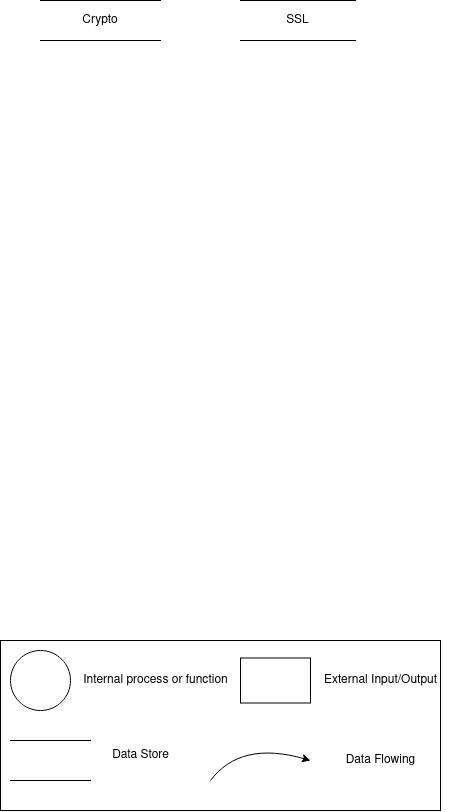
The draw.io diagram dataflow.png in rodriguezjason807/images, before a commit. Source tidied: cells renumbered, new cells last; positions are measured from the earlier drawing's top-left corner, leaving out a move shared by most shapes. Source of this version:
```xml
<mxGraphModel>
  <root>
    <mxCell id="0" />
    <mxCell id="1" parent="0" />
    <mxCell id="2" style="rounded=0;whiteSpace=wrap;html=1;" parent="1" vertex="1">
      <mxGeometry y="640" width="440" height="170" as="geometry" />
    </mxCell>
    <mxCell id="3" style="ellipse;whiteSpace=wrap;html=1;" parent="1" vertex="1">
      <mxGeometry x="10" y="650" width="60" height="60" as="geometry" />
    </mxCell>
    <mxCell id="4" style="shape=partialRectangle;whiteSpace=wrap;html=1;top=0;bottom=0;fillColor=none;rotation=90;" parent="1" vertex="1">
      <mxGeometry x="30" y="720" width="40" height="80" as="geometry" />
    </mxCell>
    <mxCell id="5" style="verticalLabelPosition=bottom;verticalAlign=top;html=1;shape=mxgraph.basic.rect;fillColor2=none;strokeWidth=1;size=20;indent=5;" parent="1" vertex="1">
      <mxGeometry x="240" y="657.5" width="70" height="45" as="geometry" />
    </mxCell>
    <mxCell id="6" style="curved=1;endArrow=classic;html=1;rounded=0;" parent="1" edge="1">
      <mxGeometry relative="1" as="geometry">
        <mxPoint x="210" y="780" as="sourcePoint" />
        <mxPoint x="310" y="760" as="targetPoint" />
        <Array as="points">
          <mxPoint x="240" y="740" />
        </Array>
      </mxGeometry>
    </mxCell>
    <mxCell id="7" value="Internal process or function" style="text;html=1;align=center;verticalAlign=middle;strokeColor=none;fillColor=none;" parent="1" vertex="1">
      <mxGeometry x="70" y="665" width="170" height="30" as="geometry" />
    </mxCell>
    <mxCell id="8" value="Data Store" style="text;html=1;align=center;verticalAlign=middle;strokeColor=none;fillColor=none;" parent="1" vertex="1">
      <mxGeometry x="100" y="740" width="80" height="30" as="geometry" />
    </mxCell>
    <mxCell id="9" value="External Input/Output" style="text;html=1;align=center;verticalAlign=middle;strokeColor=none;fillColor=none;" parent="1" vertex="1">
      <mxGeometry x="310" y="665" width="140" height="30" as="geometry" />
    </mxCell>
    <mxCell id="10" value="Data Flowing" style="text;html=1;align=center;verticalAlign=middle;strokeColor=none;fillColor=none;" parent="1" vertex="1">
      <mxGeometry x="335" y="745" width="90" height="30" as="geometry" />
    </mxCell>
    <mxCell id="11" value="Crypto" style="shape=partialRectangle;whiteSpace=wrap;html=1;top=0;bottom=0;fillColor=none;rotation=0;direction=north;" parent="1" vertex="1">
      <mxGeometry x="40" width="120" height="40" as="geometry" />
    </mxCell>
    <mxCell id="12" value="SSL" style="shape=partialRectangle;whiteSpace=wrap;html=1;top=0;bottom=0;fillColor=none;rotation=0;direction=north;" parent="1" vertex="1">
      <mxGeometry x="240" width="115" height="40" as="geometry" />
    </mxCell>
  </root>
</mxGraphModel>
```
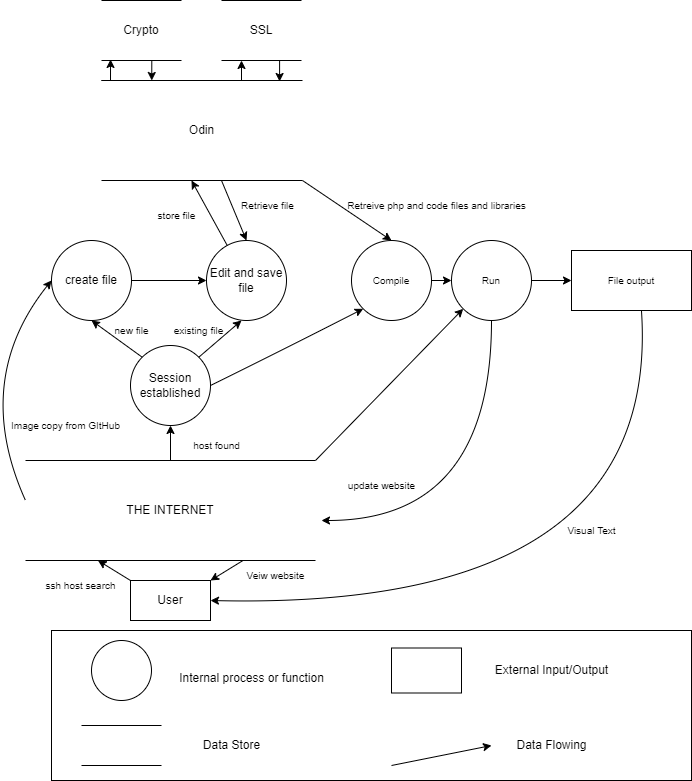
After the change.

The edit, as a diff of the source:
```diff
@@ -3,43 +3,186 @@
     <mxCell id="0" />
     <mxCell id="1" parent="0" />
     <mxCell id="2" style="rounded=0;whiteSpace=wrap;html=1;" parent="1" vertex="1">
-      <mxGeometry y="640" width="440" height="170" as="geometry" />
+      <mxGeometry x="80" y="810" width="640" height="150" as="geometry" />
     </mxCell>
     <mxCell id="3" style="ellipse;whiteSpace=wrap;html=1;" parent="1" vertex="1">
-      <mxGeometry x="10" y="650" width="60" height="60" as="geometry" />
+      <mxGeometry x="120" y="820" width="60" height="60" as="geometry" />
     </mxCell>
     <mxCell id="4" style="shape=partialRectangle;whiteSpace=wrap;html=1;top=0;bottom=0;fillColor=none;rotation=90;" parent="1" vertex="1">
-      <mxGeometry x="30" y="720" width="40" height="80" as="geometry" />
+      <mxGeometry x="130" y="885" width="40" height="80" as="geometry" />
     </mxCell>
     <mxCell id="5" style="verticalLabelPosition=bottom;verticalAlign=top;html=1;shape=mxgraph.basic.rect;fillColor2=none;strokeWidth=1;size=20;indent=5;" parent="1" vertex="1">
-      <mxGeometry x="240" y="657.5" width="70" height="45" as="geometry" />
+      <mxGeometry x="420" y="827.5" width="70" height="45" as="geometry" />
     </mxCell>
     <mxCell id="6" style="curved=1;endArrow=classic;html=1;rounded=0;" parent="1" edge="1">
       <mxGeometry relative="1" as="geometry">
-        <mxPoint x="210" y="780" as="sourcePoint" />
-        <mxPoint x="310" y="760" as="targetPoint" />
-        <Array as="points">
-          <mxPoint x="240" y="740" />
-        </Array>
+        <mxPoint x="420" y="945" as="sourcePoint" />
+        <mxPoint x="520" y="925" as="targetPoint" />
       </mxGeometry>
     </mxCell>
     <mxCell id="7" value="Internal process or function" style="text;html=1;align=center;verticalAlign=middle;strokeColor=none;fillColor=none;" parent="1" vertex="1">
-      <mxGeometry x="70" y="665" width="170" height="30" as="geometry" />
+      <mxGeometry x="195" y="842.5" width="170" height="30" as="geometry" />
     </mxCell>
     <mxCell id="8" value="Data Store" style="text;html=1;align=center;verticalAlign=middle;strokeColor=none;fillColor=none;" parent="1" vertex="1">
-      <mxGeometry x="100" y="740" width="80" height="30" as="geometry" />
+      <mxGeometry x="220" y="910" width="80" height="30" as="geometry" />
     </mxCell>
     <mxCell id="9" value="External Input/Output" style="text;html=1;align=center;verticalAlign=middle;strokeColor=none;fillColor=none;" parent="1" vertex="1">
-      <mxGeometry x="310" y="665" width="140" height="30" as="geometry" />
+      <mxGeometry x="510" y="835" width="140" height="30" as="geometry" />
     </mxCell>
     <mxCell id="10" value="Data Flowing" style="text;html=1;align=center;verticalAlign=middle;strokeColor=none;fillColor=none;" parent="1" vertex="1">
-      <mxGeometry x="335" y="745" width="90" height="30" as="geometry" />
+      <mxGeometry x="535" y="910" width="90" height="30" as="geometry" />
     </mxCell>
+    <mxCell id="13" style="edgeStyle=orthogonalEdgeStyle;rounded=0;jettySize=auto;html=1;exitX=0;exitY=0.75;exitDx=0;exitDy=0;entryX=1;entryY=0.25;entryDx=0;entryDy=0;fontSize=10;" parent="1" edge="1" source="11" target="17">
+      <mxGeometry relative="1" as="geometry" />
+    </mxCell>
     <mxCell id="11" value="Crypto" style="shape=partialRectangle;whiteSpace=wrap;html=1;top=0;bottom=0;fillColor=none;rotation=0;direction=north;" parent="1" vertex="1">
-      <mxGeometry x="40" width="120" height="40" as="geometry" />
+      <mxGeometry x="130" y="180" width="80" height="60" as="geometry" />
     </mxCell>
+    <mxCell id="14" style="edgeStyle=orthogonalEdgeStyle;rounded=0;jettySize=auto;html=1;exitX=0;exitY=0.75;exitDx=0;exitDy=0;entryX=0.99;entryY=0.886;entryDx=0;entryDy=0;entryPerimeter=0;fontSize=10;" parent="1" edge="1" source="12" target="17">
+      <mxGeometry relative="1" as="geometry" />
+    </mxCell>
     <mxCell id="12" value="SSL" style="shape=partialRectangle;whiteSpace=wrap;html=1;top=0;bottom=0;fillColor=none;rotation=0;direction=north;" parent="1" vertex="1">
-      <mxGeometry x="240" width="115" height="40" as="geometry" />
+      <mxGeometry x="250" y="180" width="80" height="60" as="geometry" />
     </mxCell>
+    <mxCell id="15" value="User" style="rounded=0;whiteSpace=wrap;html=1;" parent="1" vertex="1">
+      <mxGeometry x="159" y="760" width="80" height="40" as="geometry" />
+    </mxCell>
+    <mxCell id="16" style="edgeStyle=orthogonalEdgeStyle;rounded=0;jettySize=auto;html=1;exitX=1;exitY=0;exitDx=0;exitDy=0;entryX=0.017;entryY=0.113;entryDx=0;entryDy=0;entryPerimeter=0;fontSize=10;" parent="1" edge="1" source="17" target="11">
+      <mxGeometry relative="1" as="geometry" />
+    </mxCell>
+    <mxCell id="17" value="Odin" style="shape=partialRectangle;whiteSpace=wrap;html=1;top=0;bottom=0;fillColor=none;rotation=0;direction=north;" parent="1" vertex="1">
+      <mxGeometry x="130" y="260" width="201" height="100" as="geometry" />
+    </mxCell>
+    <mxCell id="18" value="Session established" style="ellipse;whiteSpace=wrap;html=1;" parent="1" vertex="1">
+      <mxGeometry x="159" y="525" width="80" height="80" as="geometry" />
+    </mxCell>
+    <mxCell id="19" style="curved=1;endArrow=classic;html=1;rounded=0;exitX=0;exitY=0;exitDx=0;exitDy=0;entryX=0;entryY=0.25;entryDx=0;entryDy=0;" parent="1" edge="1" source="15" target="37">
+      <mxGeometry relative="1" as="geometry" />
+    </mxCell>
+    <mxCell id="20" style="edgeStyle=orthogonalEdgeStyle;rounded=0;jettySize=auto;html=1;exitX=1;exitY=0.5;exitDx=0;exitDy=0;entryX=0;entryY=0.5;entryDx=0;entryDy=0;fontSize=10;" parent="1" edge="1" source="21" target="24">
+      <mxGeometry relative="1" as="geometry" />
+    </mxCell>
+    <mxCell id="21" value="create file" style="ellipse;whiteSpace=wrap;html=1;" parent="1" vertex="1">
+      <mxGeometry x="80" y="420" width="80" height="80" as="geometry" />
+    </mxCell>
+    <mxCell id="22" style="curved=1;endArrow=classic;html=1;rounded=0;exitX=0;exitY=0;exitDx=0;exitDy=0;entryX=0.5;entryY=1;entryDx=0;entryDy=0;" parent="1" edge="1" source="18" target="21">
+      <mxGeometry relative="1" as="geometry" />
+    </mxCell>
+    <mxCell id="23" value="new file" style="text;html=1;align=center;verticalAlign=middle;strokeColor=none;fillColor=none;fontSize=10;" parent="1" vertex="1">
+      <mxGeometry x="130" y="495" width="60" height="30" as="geometry" />
+    </mxCell>
+    <mxCell id="24" value="Edit and save file" style="ellipse;whiteSpace=wrap;html=1;" parent="1" vertex="1">
+      <mxGeometry x="235" y="420" width="80" height="80" as="geometry" />
+    </mxCell>
+    <mxCell id="25" style="curved=1;endArrow=classic;html=1;rounded=0;entryX=0.5;entryY=0;entryDx=0;entryDy=0;" parent="1" edge="1" target="24">
+      <mxGeometry relative="1" as="geometry">
+        <mxPoint x="250" y="360" as="sourcePoint" />
+      </mxGeometry>
+    </mxCell>
+    <mxCell id="26" style="curved=1;endArrow=classic;html=1;rounded=0;exitX=1;exitY=0;exitDx=0;exitDy=0;entryX=0.5;entryY=1;entryDx=0;entryDy=0;" parent="1" edge="1" source="18">
+      <mxGeometry relative="1" as="geometry">
+        <mxPoint x="270" y="500" as="targetPoint" />
+      </mxGeometry>
+    </mxCell>
+    <mxCell id="27" value="existing file" style="text;html=1;align=center;verticalAlign=middle;strokeColor=none;fillColor=none;fontSize=10;" parent="1" vertex="1">
+      <mxGeometry x="192" y="495" width="70" height="30" as="geometry" />
+    </mxCell>
+    <mxCell id="28" style="curved=1;endArrow=classic;html=1;rounded=0;" parent="1" edge="1" source="24">
+      <mxGeometry relative="1" as="geometry">
+        <mxPoint x="220" y="360" as="targetPoint" />
+      </mxGeometry>
+    </mxCell>
+    <mxCell id="29" value="store file" style="text;html=1;align=center;verticalAlign=middle;strokeColor=none;fillColor=none;fontSize=10;" parent="1" vertex="1">
+      <mxGeometry x="175" y="380" width="60" height="30" as="geometry" />
+    </mxCell>
+    <mxCell id="30" value="Retrieve file" style="text;html=1;align=center;verticalAlign=middle;strokeColor=none;fillColor=none;fontSize=10;" parent="1" vertex="1">
+      <mxGeometry x="256" y="370" width="80" height="30" as="geometry" />
+    </mxCell>
+    <mxCell id="31" style="edgeStyle=orthogonalEdgeStyle;rounded=0;jettySize=auto;html=1;entryX=0;entryY=0.5;entryDx=0;entryDy=0;fontSize=10;exitX=1;exitY=0.5;exitDx=0;exitDy=0;" parent="1" edge="1" source="41" target="40">
+      <mxGeometry relative="1" as="geometry" />
+    </mxCell>
+    <mxCell id="32" style="edgeStyle=orthogonalEdgeStyle;rounded=0;jettySize=auto;html=1;exitX=1;exitY=0.5;exitDx=0;exitDy=0;entryX=0;entryY=0.5;entryDx=0;entryDy=0;fontSize=10;" parent="1" edge="1" source="33" target="41">
+      <mxGeometry relative="1" as="geometry" />
+    </mxCell>
+    <mxCell id="33" value="Compile" style="ellipse;whiteSpace=wrap;html=1;fontSize=10;" parent="1" vertex="1">
+      <mxGeometry x="380" y="420" width="80" height="80" as="geometry" />
+    </mxCell>
+    <mxCell id="34" style="curved=1;endArrow=classic;html=1;rounded=0;exitX=1;exitY=0.5;exitDx=0;exitDy=0;entryX=0;entryY=1;entryDx=0;entryDy=0;" parent="1" edge="1" source="18" target="33">
+      <mxGeometry relative="1" as="geometry">
+        <Array as="points">
+          <mxPoint x="310" y="530" />
+        </Array>
+      </mxGeometry>
+    </mxCell>
+    <mxCell id="35" style="curved=1;endArrow=classic;html=1;rounded=0;entryX=0.5;entryY=0;entryDx=0;entryDy=0;exitX=0;exitY=1;exitDx=0;exitDy=0;" parent="1" edge="1" source="17" target="33">
+      <mxGeometry relative="1" as="geometry" />
+    </mxCell>
+    <mxCell id="36" style="edgeStyle=orthogonalEdgeStyle;rounded=0;jettySize=auto;html=1;exitX=1;exitY=0.5;exitDx=0;exitDy=0;entryX=0.5;entryY=1;entryDx=0;entryDy=0;fontSize=10;" parent="1" edge="1" source="37" target="18">
+      <mxGeometry relative="1" as="geometry" />
+    </mxCell>
+    <mxCell id="37" value="THE INTERNET" style="shape=partialRectangle;whiteSpace=wrap;html=1;top=0;bottom=0;fillColor=none;rotation=0;direction=north;" parent="1" vertex="1">
+      <mxGeometry x="54" y="640" width="290" height="100" as="geometry" />
+    </mxCell>
+    <mxCell id="38" style="edgeStyle=orthogonalEdgeStyle;rounded=0;jettySize=auto;html=1;entryX=0;entryY=0.25;entryDx=0;entryDy=0;fontSize=10;" parent="1" edge="1" target="12">
+      <mxGeometry relative="1" as="geometry">
+        <mxPoint x="270" y="260" as="sourcePoint" />
+      </mxGeometry>
+    </mxCell>
+    <mxCell id="39" value="Retreive php and code files and libraries" style="text;html=1;align=center;verticalAlign=middle;strokeColor=none;fillColor=none;fontSize=10;" parent="1" vertex="1">
+      <mxGeometry x="365" y="370" width="200" height="30" as="geometry" />
+    </mxCell>
+    <mxCell id="40" value="File output" style="rounded=0;whiteSpace=wrap;html=1;fontSize=10;" parent="1" vertex="1">
+      <mxGeometry x="600" y="430" width="120" height="60" as="geometry" />
+    </mxCell>
+    <mxCell id="41" value="Run" style="ellipse;whiteSpace=wrap;html=1;fontSize=10;" parent="1" vertex="1">
+      <mxGeometry x="480" y="420" width="80" height="80" as="geometry" />
+    </mxCell>
+    <mxCell id="42" style="curved=1;endArrow=classic;html=1;rounded=0;exitX=0.5;exitY=1;exitDx=0;exitDy=0;" parent="1" edge="1" source="41">
+      <mxGeometry relative="1" as="geometry">
+        <mxPoint x="350" y="700" as="targetPoint" />
+        <Array as="points">
+          <mxPoint x="520" y="700" />
+        </Array>
+      </mxGeometry>
+    </mxCell>
+    <mxCell id="43" style="curved=1;endArrow=classic;html=1;rounded=0;exitX=0.5;exitY=1;exitDx=0;exitDy=0;entryX=0;entryY=0.5;entryDx=0;entryDy=0;" parent="1" edge="1" target="21">
+      <mxGeometry relative="1" as="geometry">
+        <mxPoint x="54" y="680" as="sourcePoint" />
+        <Array as="points">
+          <mxPoint y="560" />
+        </Array>
+      </mxGeometry>
+    </mxCell>
+    <mxCell id="44" value="Image copy from GItHub" style="text;html=1;align=center;verticalAlign=middle;strokeColor=none;fillColor=none;fontSize=10;" parent="1" vertex="1">
+      <mxGeometry x="29" y="590" width="130" height="30" as="geometry" />
+    </mxCell>
+    <mxCell id="45" style="curved=1;endArrow=classic;html=1;rounded=0;exitX=1;exitY=1;exitDx=0;exitDy=0;entryX=0;entryY=1;entryDx=0;entryDy=0;" parent="1" edge="1" source="37" target="41">
+      <mxGeometry relative="1" as="geometry" />
+    </mxCell>
+    <mxCell id="46" style="curved=1;endArrow=classic;html=1;rounded=0;exitX=0.583;exitY=1;exitDx=0;exitDy=0;exitPerimeter=0;entryX=1;entryY=0.5;entryDx=0;entryDy=0;" parent="1" edge="1" source="40" target="15">
+      <mxGeometry relative="1" as="geometry">
+        <Array as="points">
+          <mxPoint x="690" y="790" />
+        </Array>
+      </mxGeometry>
+    </mxCell>
+    <mxCell id="47" style="curved=1;endArrow=classic;html=1;rounded=0;exitX=0;exitY=0.75;exitDx=0;exitDy=0;entryX=1;entryY=0;entryDx=0;entryDy=0;" parent="1" edge="1" source="37" target="15">
+      <mxGeometry relative="1" as="geometry" />
+    </mxCell>
+    <mxCell id="48" value="Veiw website" style="text;html=1;align=center;verticalAlign=middle;strokeColor=none;fillColor=none;fontSize=10;" parent="1" vertex="1">
+      <mxGeometry x="264" y="740" width="80" height="30" as="geometry" />
+    </mxCell>
+    <mxCell id="49" value="Visual Text" style="text;html=1;align=center;verticalAlign=middle;strokeColor=none;fillColor=none;fontSize=10;" parent="1" vertex="1">
+      <mxGeometry x="585" y="695" width="70" height="30" as="geometry" />
+    </mxCell>
+    <mxCell id="50" value="update website" style="text;html=1;align=center;verticalAlign=middle;strokeColor=none;fillColor=none;fontSize=10;" parent="1" vertex="1">
+      <mxGeometry x="365" y="650" width="90" height="30" as="geometry" />
+    </mxCell>
+    <mxCell id="51" value="host found" style="text;html=1;align=center;verticalAlign=middle;strokeColor=none;fillColor=none;fontSize=10;" parent="1" vertex="1">
+      <mxGeometry x="210" y="610" width="70" height="30" as="geometry" />
+    </mxCell>
+    <mxCell id="52" value="ssh host search" style="text;html=1;align=center;verticalAlign=middle;strokeColor=none;fillColor=none;fontSize=10;" parent="1" vertex="1">
+      <mxGeometry x="64" y="750" width="90" height="30" as="geometry" />
+    </mxCell>
   </root>
 </mxGraphModel>
```
